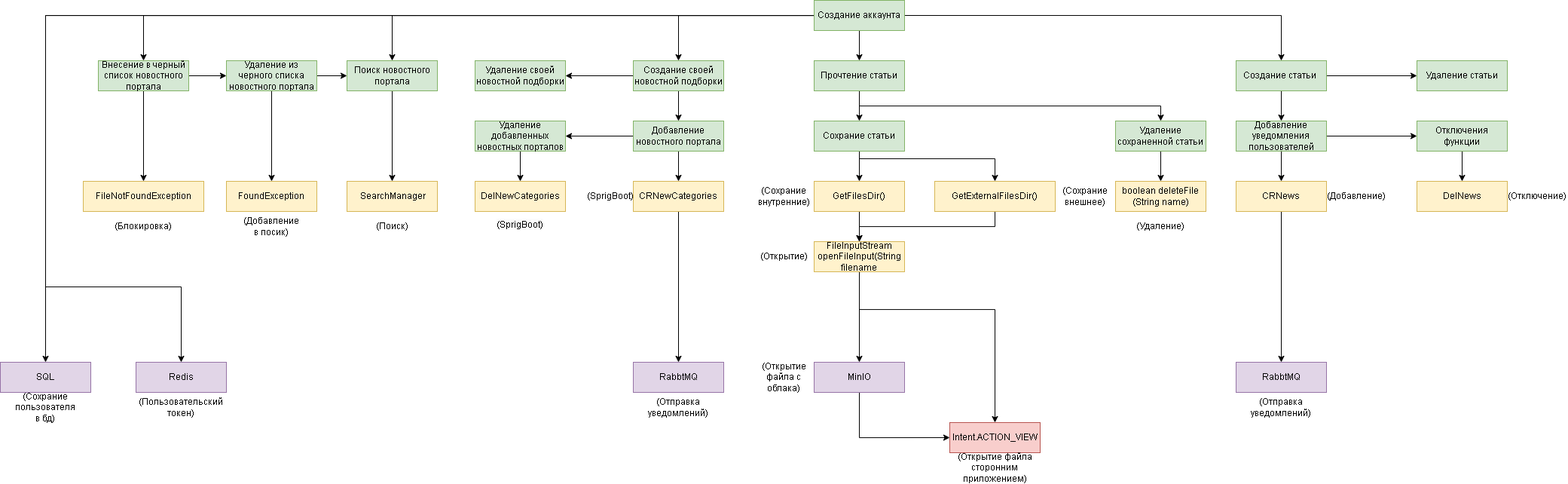
Earlier version of the draw.io export InfoHUB_Жизненый_цикл.drawio.png (4el1437/InfoHUB). Source tidied: cells renumbered, new cells last; positions are measured from the earlier drawing's top-left corner, leaving out a move shared by most shapes.
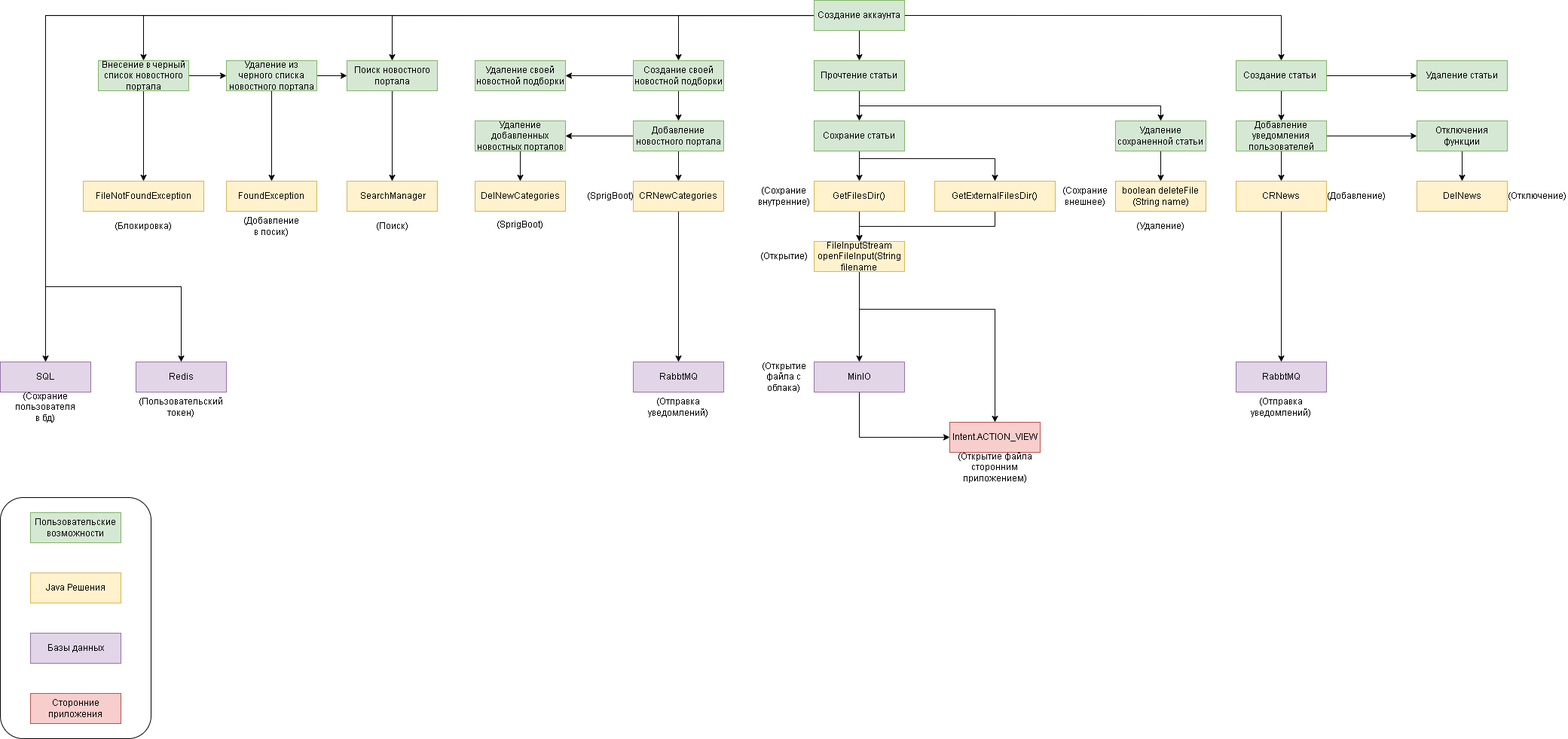
Later version of the same file.

Commit message:
Обновление 2.0 с легендой InfoHUB_Жизненый_цикл.drawio.png

What changed in the source:
```diff
@@ -2,6 +2,9 @@
   <root>
     <mxCell id="0" />
     <mxCell id="1" parent="0" />
+    <mxCell id="86" style="rounded=1;whiteSpace=wrap;html=1;" parent="1" vertex="1">
+      <mxGeometry y="660" width="200" height="320" as="geometry" />
+    </mxCell>
     <mxCell id="2" style="edgeStyle=orthogonalEdgeStyle;rounded=0;jettySize=auto;html=1;exitX=1;exitY=0.5;exitDx=0;exitDy=0;entryX=0;entryY=0.5;entryDx=0;entryDy=0;" parent="1" edge="1" source="4" target="14">
       <mxGeometry relative="1" as="geometry" />
     </mxCell>
@@ -284,5 +287,17 @@
     <mxCell id="85" value="(Отправка уведомлений)" style="text;html=1;strokeColor=none;fillColor=none;align=center;verticalAlign=middle;whiteSpace=wrap;rounded=0;" parent="1" vertex="1">
       <mxGeometry x="1660" y="520" width="80" height="40" as="geometry" />
     </mxCell>
+    <mxCell id="87" value="Пользовательские возможности" style="rounded=0;whiteSpace=wrap;html=1;fillColor=#d5e8d4;strokeColor=#82b366;" parent="1" vertex="1">
+      <mxGeometry x="40" y="680" width="120" height="40" as="geometry" />
+    </mxCell>
+    <mxCell id="88" value="Java Решения" style="rounded=0;whiteSpace=wrap;html=1;fillColor=#fff2cc;strokeColor=#d6b656;" parent="1" vertex="1">
+      <mxGeometry x="40" y="760" width="120" height="40" as="geometry" />
+    </mxCell>
+    <mxCell id="89" value="Базы данных" style="rounded=0;whiteSpace=wrap;html=1;fillColor=#e1d5e7;strokeColor=#9673a6;" parent="1" vertex="1">
+      <mxGeometry x="40" y="840" width="120" height="40" as="geometry" />
+    </mxCell>
+    <mxCell id="90" value="Сторонние приложения" style="rounded=0;whiteSpace=wrap;html=1;fillColor=#f8cecc;strokeColor=#b85450;" parent="1" vertex="1">
+      <mxGeometry x="40" y="920" width="120" height="40" as="geometry" />
+    </mxCell>
   </root>
 </mxGraphModel>
```
